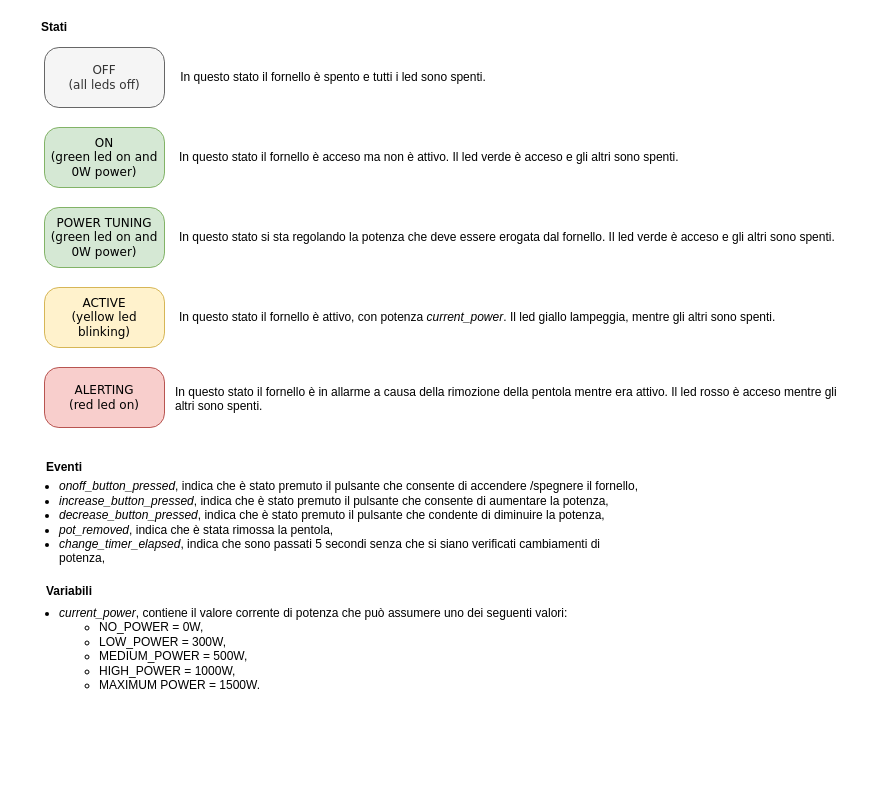
This is page "Notazione" (1 of 2) of fornello-elettrico.drawio from CFG-Official/EmbeddedSystems, a draw.io file, before an edit. Source tidied: cells renumbered, new cells numbered last; positions are measured from the earlier drawing's top-left corner, leaving out a move shared by most shapes. Both pictures are drawn from the tidied source at 100%, with x=0, y=0 at pixel (17, 17).
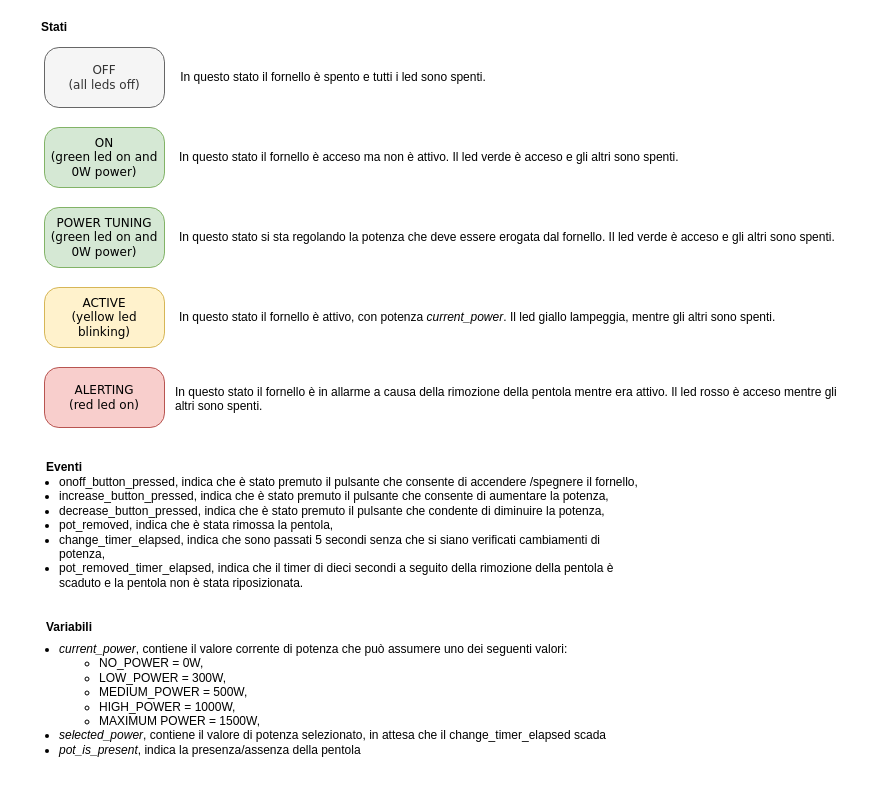
The same diagram, later.

Commit message (it also covers changes not shown here):
rimozione alcuni bug

The edit, as a diff of the source:
```diff
@@
 <mxGraphModel>
   <root>
     <mxCell id="0" />
     <mxCell id="1" parent="0" />
     <mxCell id="2" value="OFF&lt;br&gt;(all leds off)" style="rounded=1;whiteSpace=wrap;html=1;arcSize=24;fillColor=#f5f5f5;strokeColor=#666666;shadow=0;comic=0;labelBackgroundColor=none;fontFamily=Verdana;fontSize=12;align=center;fontColor=#333333;" parent="1" vertex="1">
       <mxGeometry x="27" y="30" width="120" height="60" as="geometry" />
     </mxCell>
     <mxCell id="3" value="ON&lt;br&gt;(green led on and 0W power)" style="rounded=1;whiteSpace=wrap;html=1;arcSize=24;fillColor=#d5e8d4;strokeColor=#82b366;shadow=0;comic=0;labelBackgroundColor=none;fontFamily=Verdana;fontSize=12;align=center;" parent="1" vertex="1">
       <mxGeometry x="27" y="110" width="120" height="60" as="geometry" />
     </mxCell>
     <mxCell id="4" value="ACTIVE&lt;br&gt;(yellow led blinking)" style="rounded=1;whiteSpace=wrap;html=1;arcSize=24;fillColor=#fff2cc;strokeColor=#d6b656;shadow=0;comic=0;labelBackgroundColor=none;fontFamily=Verdana;fontSize=12;align=center;" parent="1" vertex="1">
       <mxGeometry x="27" y="270" width="120" height="60" as="geometry" />
     </mxCell>
     <mxCell id="5" value="ALERTING&lt;br&gt;(red led on)" style="rounded=1;whiteSpace=wrap;html=1;arcSize=24;fillColor=#f8cecc;strokeColor=#b85450;shadow=0;comic=0;labelBackgroundColor=none;fontFamily=Verdana;fontSize=12;align=center;" parent="1" vertex="1">
       <mxGeometry x="27" y="350" width="120" height="60" as="geometry" />
     </mxCell>
     <mxCell id="6" value="In questo stato il fornello è spento e tutti i led sono spenti." style="text;html=1;strokeColor=none;fillColor=none;align=center;verticalAlign=middle;whiteSpace=wrap;rounded=0;" parent="1" vertex="1">
       <mxGeometry x="156" y="50" width="320" height="20" as="geometry" />
     </mxCell>
     <mxCell id="7" value="In questo stato il fornello è acceso ma non è attivo. Il led verde è acceso e gli altri sono spenti." style="text;html=1;align=left;verticalAlign=top;spacingTop=-4;" parent="1" vertex="1">
       <mxGeometry x="160" y="130" width="520" height="20" as="geometry" />
     </mxCell>
     <mxCell id="8" value="In questo stato il fornello è attivo, con potenza &lt;i&gt;current_power&lt;/i&gt;. Il led giallo lampeggia, mentre gli altri sono spenti." style="text;html=1;align=left;verticalAlign=top;spacingTop=-4;" parent="1" vertex="1">
       <mxGeometry x="160" y="290" width="610" height="20" as="geometry" />
     </mxCell>
     <mxCell id="9" value="In questo stato il fornello è in allarme a causa della rimozione della pentola mentre era attivo. Il led rosso è acceso mentre gli&lt;br&gt;altri sono spenti." style="text;html=1;align=left;verticalAlign=top;spacingTop=-4;" parent="1" vertex="1">
       <mxGeometry x="156" y="365" width="680" height="30" as="geometry" />
     </mxCell>
     <mxCell id="10" value="&lt;b&gt;Stati&lt;/b&gt;" style="text;html=1;strokeColor=none;fillColor=none;align=center;verticalAlign=middle;whiteSpace=wrap;rounded=0;" parent="1" vertex="1">
       <mxGeometry x="17" width="40" height="20" as="geometry" />
     </mxCell>
     <mxCell id="11" value="&lt;b&gt;Eventi&lt;/b&gt;" style="text;html=1;align=left;verticalAlign=top;spacingTop=-4;" parent="1" vertex="1">
       <mxGeometry x="27" y="440" width="50" height="20" as="geometry" />
     </mxCell>
-    <mxCell id="12" value="&lt;ul&gt;&lt;li&gt;&lt;i&gt;onoff_button_pressed&lt;/i&gt;, indica che è stato premuto il pulsante che consente di accendere /spegnere il fornello,&lt;/li&gt;&lt;li&gt;&lt;i&gt;increase_button_pressed&lt;/i&gt;, indica che è stato premuto il pulsante che consente di aumentare la potenza,&lt;/li&gt;&lt;li&gt;&lt;i&gt;decrease_button_pressed&lt;/i&gt;, indica che è stato premuto il pulsante che condente di diminuire la potenza,&lt;/li&gt;&lt;li&gt;&lt;i&gt;pot_removed&lt;/i&gt;, indica che è stata rimossa la pentola,&lt;/li&gt;&lt;li&gt;&lt;i&gt;change_timer_elapsed&lt;/i&gt;, indica che sono passati 5 secondi senza che si siano verificati cambiamenti di potenza,&lt;/li&gt;&lt;/ul&gt;" style="text;html=1;strokeColor=none;fillColor=none;align=left;verticalAlign=middle;whiteSpace=wrap;rounded=0;" parent="1" vertex="1">
-      <mxGeometry y="490" width="630" height="30" as="geometry" />
+    <mxCell id="12" value="&lt;ul&gt;&lt;li&gt;onoff_button_pressed, indica che è stato premuto il pulsante che consente di accendere /spegnere il fornello,&lt;/li&gt;&lt;li&gt;increase_button_pressed, indica che è stato premuto il pulsante che consente di aumentare la potenza,&lt;/li&gt;&lt;li&gt;decrease_button_pressed, indica che è stato premuto il pulsante che condente di diminuire la potenza,&lt;/li&gt;&lt;li&gt;pot_removed, indica che è stata rimossa la pentola,&lt;/li&gt;&lt;li&gt;change_timer_elapsed, indica che sono passati 5 secondi senza che si siano verificati cambiamenti di potenza,&lt;/li&gt;&lt;li&gt;pot_removed_timer_elapsed, indica che il timer di dieci secondi a seguito della rimozione della pentola è scaduto e la pentola non è stata riposizionata.&lt;/li&gt;&lt;/ul&gt;" style="text;html=1;strokeColor=none;fillColor=none;align=left;verticalAlign=middle;whiteSpace=wrap;rounded=0;" parent="1" vertex="1">
+      <mxGeometry y="500" width="630" height="30" as="geometry" />
     </mxCell>
     <mxCell id="13" value="&lt;b&gt;Variabili&lt;/b&gt;" style="text;html=1;align=left;verticalAlign=top;spacingTop=-4;" parent="1" vertex="1">
-      <mxGeometry x="27" y="564" width="60" height="20" as="geometry" />
+      <mxGeometry x="27" y="600" width="60" height="20" as="geometry" />
     </mxCell>
-    <mxCell id="14" value="&lt;ul&gt;&lt;li&gt;&lt;i&gt;current_power&lt;/i&gt;, contiene il valore corrente di potenza che può assumere uno dei seguenti valori:&lt;/li&gt;&lt;ul&gt;&lt;li&gt;NO_POWER = 0W,&lt;/li&gt;&lt;li&gt;LOW_POWER = 300W,&lt;/li&gt;&lt;li&gt;MEDIUM_POWER = 500W,&lt;/li&gt;&lt;li&gt;HIGH_POWER = 1000W,&lt;/li&gt;&lt;li&gt;MAXIMUM POWER = 1500W.&lt;/li&gt;&lt;/ul&gt;&lt;/ul&gt;" style="text;html=1;align=left;verticalAlign=top;spacingTop=-4;" parent="1" vertex="1">
-      <mxGeometry y="574" width="560" height="110" as="geometry" />
+    <mxCell id="14" value="&lt;ul&gt;&lt;li&gt;&lt;i&gt;current_power&lt;/i&gt;, contiene il valore corrente di potenza che può assumere uno dei seguenti valori:&lt;/li&gt;&lt;ul&gt;&lt;li&gt;NO_POWER = 0W,&lt;/li&gt;&lt;li&gt;LOW_POWER = 300W,&lt;/li&gt;&lt;li&gt;MEDIUM_POWER = 500W,&lt;/li&gt;&lt;li&gt;HIGH_POWER = 1000W,&lt;/li&gt;&lt;li&gt;MAXIMUM POWER = 1500W,&lt;/li&gt;&lt;/ul&gt;&lt;li&gt;&lt;i&gt;selected_power&lt;/i&gt;, contiene il valore di potenza selezionato, in attesa che il change_timer_elapsed scada&lt;/li&gt;&lt;li&gt;&lt;i&gt;pot_is_present&lt;/i&gt;, indica la presenza/assenza della pentola&lt;/li&gt;&lt;/ul&gt;" style="text;html=1;align=left;verticalAlign=top;spacingTop=-4;" parent="1" vertex="1">
+      <mxGeometry y="610" width="600" height="140" as="geometry" />
     </mxCell>
     <mxCell id="15" value="POWER TUNING&lt;br&gt;(green led on and 0W power)" style="rounded=1;whiteSpace=wrap;html=1;arcSize=24;fillColor=#d5e8d4;strokeColor=#82b366;shadow=0;comic=0;labelBackgroundColor=none;fontFamily=Verdana;fontSize=12;align=center;" parent="1" vertex="1">
       <mxGeometry x="27" y="190" width="120" height="60" as="geometry" />
     </mxCell>
     <mxCell id="16" value="In questo stato si sta regolando la potenza che deve essere erogata dal fornello. Il led verde è acceso e gli altri sono spenti." style="text;html=1;align=left;verticalAlign=top;spacingTop=-4;" parent="1" vertex="1">
       <mxGeometry x="160" y="210" width="670" height="20" as="geometry" />
     </mxCell>
   </root>
 </mxGraphModel>
```
